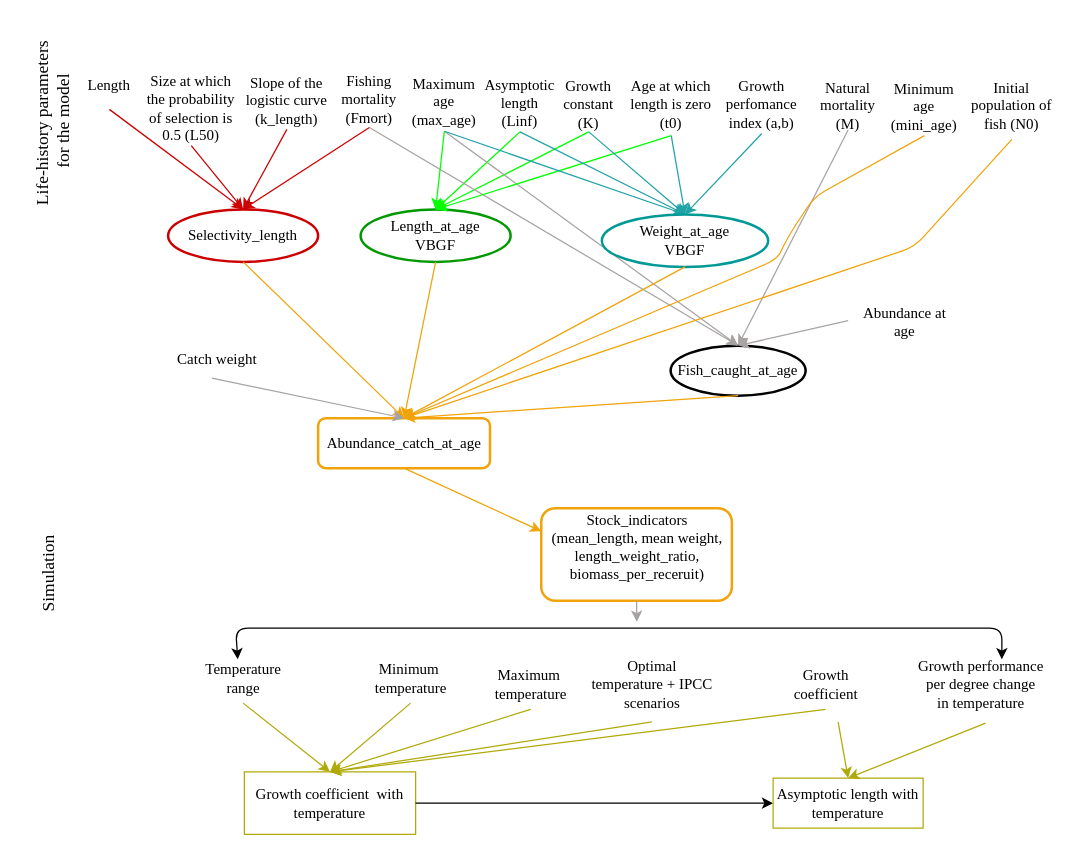
This is test.drawio from rtakyi/fish-size-climate-sensitivity, a draw.io file, before an edit. Source tidied: cells renumbered, new cells numbered last; positions are measured from the earlier drawing's top-left corner, leaving out a move shared by most shapes. Both pictures are drawn from the tidied source at 125%, with x=0, y=0 at pixel (-48, 70).
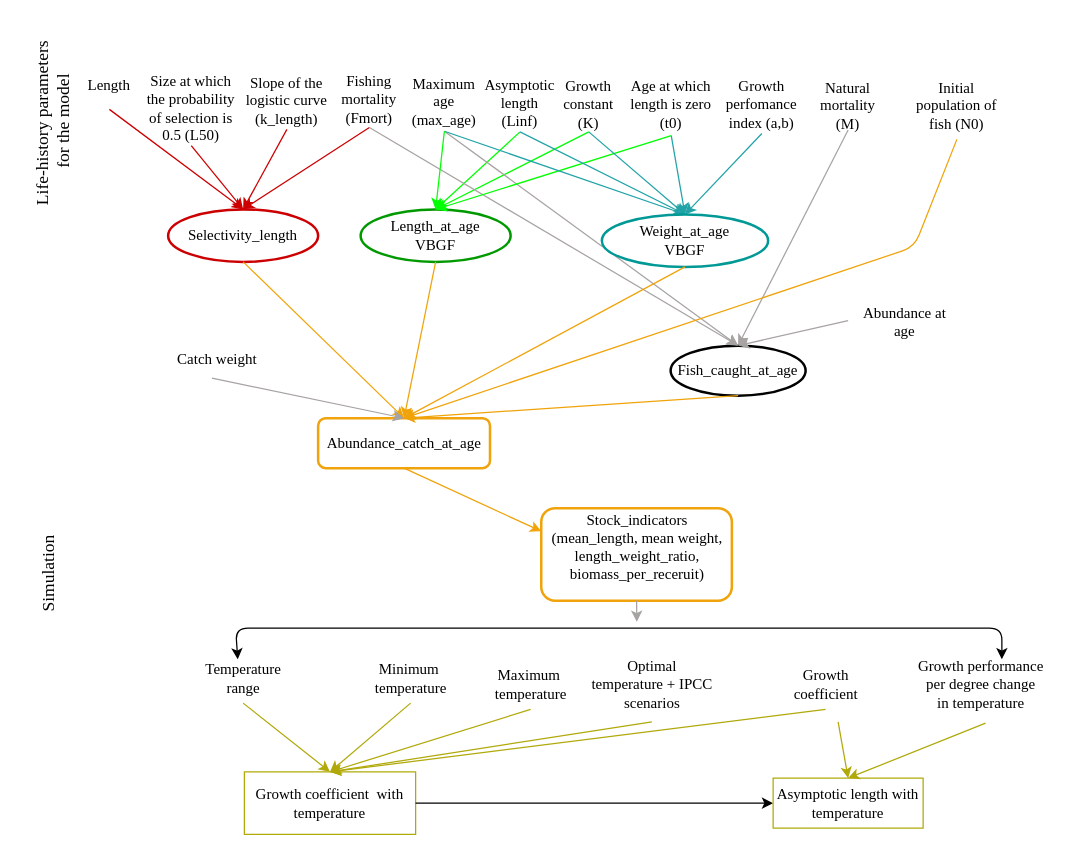
The same diagram, later.

Commit message:
Removed the minimum age and asymptotic weight

The change refers to these unchanged cells:
```xml
<mxCell id="21" value="&lt;font face=&quot;Times New Roman&quot; style=&quot;font-size: 12px;&quot;&gt;Abundance_catch_at_age&lt;/font&gt;" style="rounded=1;whiteSpace=wrap;html=1;strokeWidth=2;fontSize=10;strokeColor=#F0A30A;" parent="1" vertex="1">
  <mxGeometry x="292" y="278" width="137.5" height="40" as="geometry" />
</mxCell>
```

Change to the diagram source:
```diff
@@
     <mxCell id="6" value="&lt;font face=&quot;Times New Roman&quot; style=&quot;font-size: 12px;&quot;&gt;Initial population of fish (N0)&lt;/font&gt;" style="text;html=1;strokeColor=none;fillColor=none;align=center;verticalAlign=middle;whiteSpace=wrap;rounded=0;" parent="1" vertex="1">
-      <mxGeometry x="812" y="1" width="70" height="54" as="geometry" />
+      <mxGeometry x="768" y="1" width="70" height="54" as="geometry" />
     </mxCell>
@@
-    <mxCell id="35" value="&lt;font face=&quot;Times New Roman&quot; style=&quot;font-size: 12px;&quot;&gt;Minimum age (mini_age)&lt;/font&gt;" style="text;html=1;strokeColor=none;fillColor=none;align=center;verticalAlign=middle;whiteSpace=wrap;rounded=0;" parent="1" vertex="1">
-      <mxGeometry x="748" y="5.5" width="58" height="46.5" as="geometry" />
-    </mxCell>
@@
-    <mxCell id="46" style="endArrow=classic;html=1;strokeColor=#F0A30A;entryX=0.5;entryY=0;entryDx=0;entryDy=0;exitX=0.5;exitY=1;exitDx=0;exitDy=0;" parent="1" edge="1" source="35" target="21">
-      <mxGeometry relative="1" as="geometry">
-        <Array as="points">
-          <mxPoint x="689" y="101" />
-          <mxPoint x="669" y="131" />
-          <mxPoint x="659" y="151" />
-        </Array>
-      </mxGeometry>
-    </mxCell>
```
